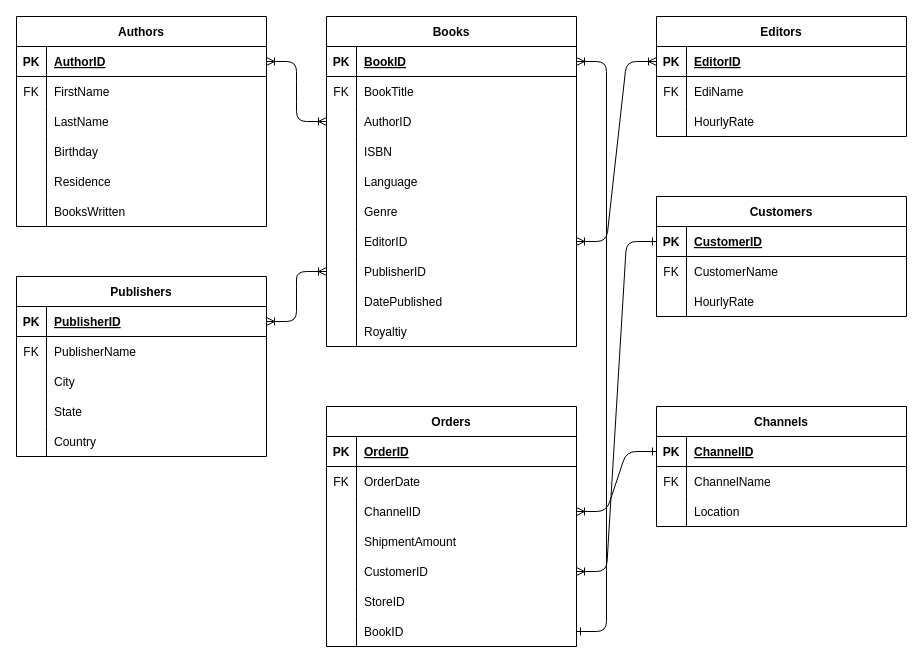
Earlier version of the draw.io diagram Question4ERD.drawio (ChenSeanH/hw-db-book-biz-ChenPS2). Source tidied: cells renumbered, new cells numbered last; positions are measured from the earlier drawing's top-left corner, leaving out a move shared by most shapes. Both pictures are drawn from the tidied source at 100%, with x=0, y=0 at pixel (16, 16).
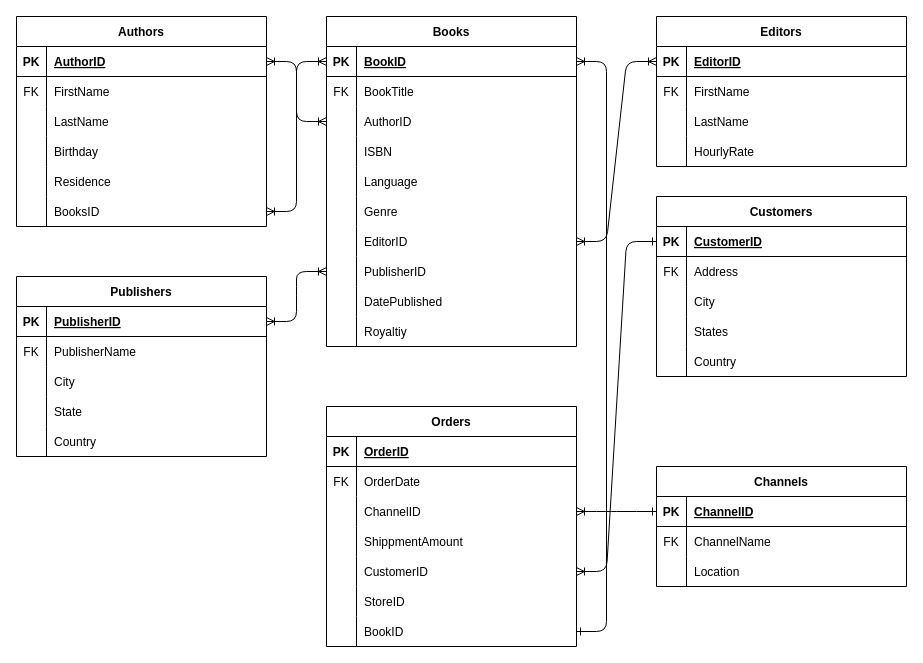
The same page after the edit.

The change refers to these unchanged cells:
```xml
<mxCell id="18" style="shape=partialRectangle;fillColor=none;points=[[0,0.5],[1,0.5]];portConstraint=eastwest;top=0;left=0;right=0;bottom=0;" parent="2" vertex="1">
  <mxGeometry y="180" width="250" height="30" as="geometry" />
</mxCell>
<mxCell id="22" style="shape=partialRectangle;fillColor=none;points=[[0,0.5],[1,0.5]];portConstraint=eastwest;top=0;left=0;right=0;bottom=1;" parent="21" vertex="1">
  <mxGeometry y="30" width="250" height="30" as="geometry" />
</mxCell>
<mxCell id="72" style="shape=partialRectangle;fillColor=none;top=0;left=0;right=0;bottom=0;" parent="68" vertex="1">
  <mxGeometry y="60" width="250" height="30" as="geometry" />
</mxCell>
<mxCell id="82" style="shape=partialRectangle;fillColor=none;top=0;left=0;right=0;bottom=0;" parent="78" vertex="1">
  <mxGeometry y="60" width="250" height="30" as="geometry" />
</mxCell>
<mxCell id="98" style="shape=partialRectangle;fillColor=none;top=0;left=0;right=0;bottom=0;" parent="88" vertex="1">
  <mxGeometry y="120" width="250" height="30" as="geometry" />
</mxCell>
```

What changed in the source:
```diff
@@
-    <mxCell id="20" value="BooksWritten" style="shape=partialRectangle;overflow=hidden;fillColor=none;top=0;left=0;bottom=0;right=0;align=left;spacingLeft=6;" parent="18" vertex="1">
+    <mxCell id="20" value="BooksID" style="shape=partialRectangle;overflow=hidden;fillColor=none;top=0;left=0;bottom=0;right=0;align=left;spacingLeft=6;" parent="18" vertex="1">
       <mxGeometry x="30" width="220" height="30" as="geometry" />
     </mxCell>
@@
     <mxCell id="68" value="Editors" style="shape=table;startSize=30;childLayout=tableLayout;rowLines=0;fontStyle=1;align=center;" parent="1" vertex="1">
-      <mxGeometry x="640" width="250" height="120" as="geometry" />
+      <mxGeometry x="640" width="250" height="150" as="geometry" />
     </mxCell>
@@
-    <mxCell id="74" value="EdiName" style="shape=partialRectangle;overflow=hidden;fillColor=none;top=0;left=0;bottom=0;right=0;align=left;spacingLeft=6;" parent="72" vertex="1">
+    <mxCell id="74" value="FirstName" style="shape=partialRectangle;overflow=hidden;fillColor=none;top=0;left=0;bottom=0;right=0;align=left;spacingLeft=6;" parent="72" vertex="1">
       <mxGeometry x="30" width="220" height="30" as="geometry" />
     </mxCell>
+    <mxCell id="127" style="shape=partialRectangle;fillColor=none;top=0;left=0;right=0;bottom=0;" parent="68" vertex="1">
+      <mxGeometry y="90" width="250" height="30" as="geometry" />
+    </mxCell>
+    <mxCell id="128" style="shape=partialRectangle;overflow=hidden;fillColor=none;top=0;left=0;bottom=0;right=0;" parent="127" vertex="1">
+      <mxGeometry width="30" height="30" as="geometry" />
+    </mxCell>
+    <mxCell id="129" value="LastName" style="shape=partialRectangle;overflow=hidden;fillColor=none;top=0;left=0;bottom=0;right=0;align=left;spacingLeft=6;" parent="127" vertex="1">
+      <mxGeometry x="30" width="220" height="30" as="geometry" />
+    </mxCell>
     <mxCell id="75" style="shape=partialRectangle;fillColor=none;top=0;left=0;right=0;bottom=0;" parent="68" vertex="1">
-      <mxGeometry y="90" width="250" height="30" as="geometry" />
+      <mxGeometry y="120" width="250" height="30" as="geometry" />
     </mxCell>
@@
     <mxCell id="78" value="Customers" style="shape=table;startSize=30;childLayout=tableLayout;rowLines=0;fontStyle=1;align=center;" parent="1" vertex="1">
-      <mxGeometry x="640" y="180" width="250" height="120" as="geometry" />
+      <mxGeometry x="640" y="180" width="250" height="180" as="geometry" />
     </mxCell>
@@
-    <mxCell id="84" value="CustomerName" style="shape=partialRectangle;overflow=hidden;fillColor=none;top=0;left=0;bottom=0;right=0;align=left;spacingLeft=6;" parent="82" vertex="1">
-      <mxGeometry x="30" width="220" height="30" as="geometry" />
-    </mxCell>
-    <mxCell id="85" style="shape=partialRectangle;fillColor=none;top=0;left=0;right=0;bottom=0;" parent="78" vertex="1">
-      <mxGeometry y="90" width="250" height="30" as="geometry" />
-    </mxCell>
-    <mxCell id="86" style="shape=partialRectangle;overflow=hidden;fillColor=none;top=0;left=0;bottom=0;right=0;" parent="85" vertex="1">
-      <mxGeometry width="30" height="30" as="geometry" />
-    </mxCell>
-    <mxCell id="87" value="HourlyRate" style="shape=partialRectangle;overflow=hidden;fillColor=none;top=0;left=0;bottom=0;right=0;align=left;spacingLeft=6;" parent="85" vertex="1">
-      <mxGeometry x="30" width="220" height="30" as="geometry" />
-    </mxCell>
+    <mxCell id="130" value="Address" style="shape=partialRectangle;overflow=hidden;fillColor=none;top=0;left=0;bottom=0;right=0;align=left;spacingLeft=6;" parent="82" vertex="1">
+      <mxGeometry x="30" width="220" height="30" as="geometry" />
+    </mxCell>
+    <mxCell id="131" style="shape=partialRectangle;fillColor=none;top=0;left=0;right=0;bottom=0;" parent="78" vertex="1">
+      <mxGeometry y="90" width="250" height="30" as="geometry" />
+    </mxCell>
+    <mxCell id="132" style="shape=partialRectangle;overflow=hidden;fillColor=none;top=0;left=0;bottom=0;right=0;" parent="131" vertex="1">
+      <mxGeometry width="30" height="30" as="geometry" />
+    </mxCell>
+    <mxCell id="133" value="City" style="shape=partialRectangle;overflow=hidden;fillColor=none;top=0;left=0;bottom=0;right=0;align=left;spacingLeft=6;" parent="131" vertex="1">
+      <mxGeometry x="30" width="220" height="30" as="geometry" />
+    </mxCell>
+    <mxCell id="134" style="shape=partialRectangle;fillColor=none;top=0;left=0;right=0;bottom=0;" parent="78" vertex="1">
+      <mxGeometry y="120" width="250" height="30" as="geometry" />
+    </mxCell>
+    <mxCell id="135" style="shape=partialRectangle;overflow=hidden;fillColor=none;top=0;left=0;bottom=0;right=0;" parent="134" vertex="1">
+      <mxGeometry width="30" height="30" as="geometry" />
+    </mxCell>
+    <mxCell id="136" value="States" style="shape=partialRectangle;overflow=hidden;fillColor=none;top=0;left=0;bottom=0;right=0;align=left;spacingLeft=6;" parent="134" vertex="1">
+      <mxGeometry x="30" width="220" height="30" as="geometry" />
+    </mxCell>
+    <mxCell id="137" style="shape=partialRectangle;fillColor=none;top=0;left=0;right=0;bottom=0;" parent="78" vertex="1">
+      <mxGeometry y="150" width="250" height="30" as="geometry" />
+    </mxCell>
+    <mxCell id="138" style="shape=partialRectangle;overflow=hidden;fillColor=none;top=0;left=0;bottom=0;right=0;" parent="137" vertex="1">
+      <mxGeometry width="30" height="30" as="geometry" />
+    </mxCell>
+    <mxCell id="139" value="Country" style="shape=partialRectangle;overflow=hidden;fillColor=none;top=0;left=0;bottom=0;right=0;align=left;spacingLeft=6;" parent="137" vertex="1">
+      <mxGeometry x="30" width="220" height="30" as="geometry" />
+    </mxCell>
@@
-    <mxCell id="100" value="ShipmentAmount" style="shape=partialRectangle;overflow=hidden;fillColor=none;top=0;left=0;bottom=0;right=0;align=left;spacingLeft=6;" parent="98" vertex="1">
+    <mxCell id="100" value="ShippmentAmount" style="shape=partialRectangle;overflow=hidden;fillColor=none;top=0;left=0;bottom=0;right=0;align=left;spacingLeft=6;" parent="98" vertex="1">
       <mxGeometry x="30" width="220" height="30" as="geometry" />
     </mxCell>
@@
     <mxCell id="110" value="Channels" style="shape=table;startSize=30;childLayout=tableLayout;rowLines=0;fontStyle=1;align=center;" parent="1" vertex="1">
-      <mxGeometry x="640" y="390" width="250" height="120" as="geometry" />
+      <mxGeometry x="640" y="450" width="250" height="120" as="geometry" />
     </mxCell>
@@
+    <mxCell id="140" style="edgeStyle=entityRelationEdgeStyle;rounded=1;jettySize=auto;html=1;entryX=1;entryY=0.5;entryDx=0;entryDy=0;strokeColor=default;startArrow=ERoneToMany;startFill=0;endArrow=ERoneToMany;endFill=0;" parent="1" edge="1" source="22" target="18">
+      <mxGeometry relative="1" as="geometry" />
+    </mxCell>
```
